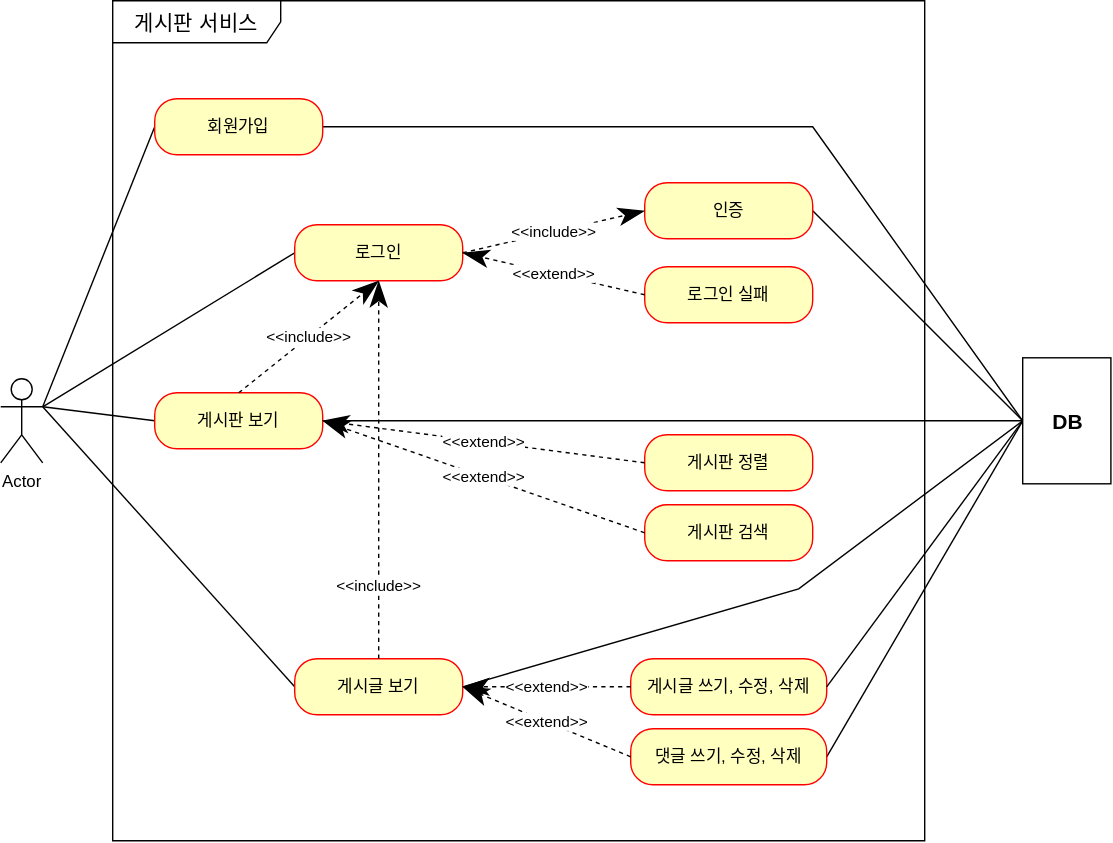
The draw.io diagram document/use-case.svg in DevToddler/project-board1, before a commit. Source tidied: cells renumbered, new cells last; positions are measured from the earlier drawing's top-left corner, leaving out a move shared by most shapes.
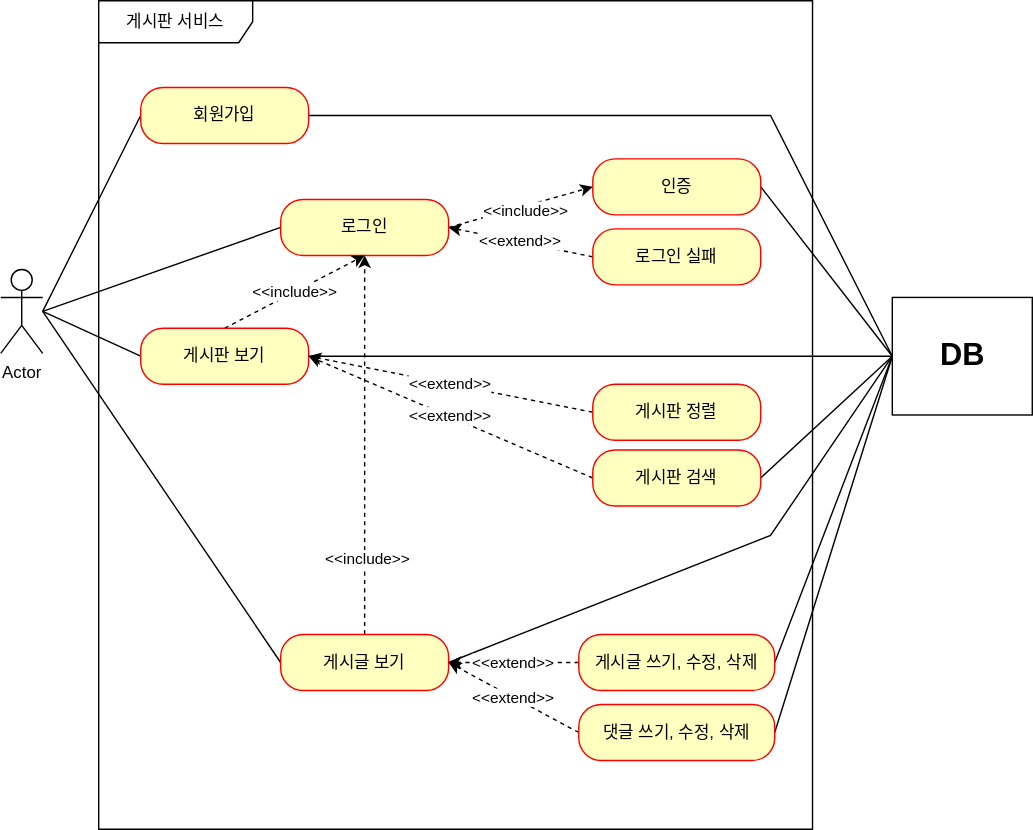
After the change.

The edit, as a diff of the source:
```diff
@@ -3,105 +3,124 @@
     <mxCell id="0" />
     <mxCell id="1" parent="0" />
     <mxCell id="2" value="Actor" style="shape=umlActor;verticalLabelPosition=bottom;verticalAlign=top;html=1;" parent="1" vertex="1">
-      <mxGeometry y="270" width="30" height="60" as="geometry" />
+      <mxGeometry x="10" y="320" width="30" height="60" as="geometry" />
     </mxCell>
-    <mxCell id="3" style="rounded=0;jettySize=auto;html=1;exitX=0;exitY=0.5;exitDx=0;exitDy=0;entryX=1;entryY=0.3333333333333333;entryDx=0;entryDy=0;entryPerimeter=0;endArrow=none;endFill=0;" parent="1" edge="1" source="5" target="2">
-      <mxGeometry relative="1" as="geometry" />
-    </mxCell>
+    <mxCell id="32" value="게시판 서비스" style="shape=umlFrame;whiteSpace=wrap;html=1;width=110;height=30;" parent="1" vertex="1">
+      <mxGeometry x="80" y="128" width="510" height="592" as="geometry" />
+    </mxCell>
+    <mxCell id="33" style="edgeStyle=none;rounded=0;jettySize=auto;html=1;exitX=0;exitY=0.5;exitDx=0;exitDy=0;endArrow=none;endFill=0;" parent="1" edge="1" source="5">
+      <mxGeometry relative="1" as="geometry">
+        <mxPoint x="40" y="350" as="targetPoint" />
+      </mxGeometry>
+    </mxCell>
     <mxCell id="4" style="edgeStyle=none;rounded=0;jettySize=auto;html=1;exitX=1;exitY=0.5;exitDx=0;exitDy=0;entryX=0;entryY=0.5;entryDx=0;entryDy=0;endArrow=none;endFill=0;" parent="1" edge="1" source="5" target="31">
       <mxGeometry relative="1" as="geometry">
         <Array as="points">
-          <mxPoint x="580" y="90" />
+          <mxPoint x="560" y="210" />
         </Array>
       </mxGeometry>
     </mxCell>
     <mxCell id="5" value="회원가입" style="rounded=1;whiteSpace=wrap;html=1;arcSize=40;fontColor=#000000;fillColor=#ffffc0;strokeColor=#ff0000;" parent="1" vertex="1">
-      <mxGeometry x="110" y="70" width="120" height="40" as="geometry" />
+      <mxGeometry x="110" y="190" width="120" height="40" as="geometry" />
     </mxCell>
-    <mxCell id="6" style="edgeStyle=none;rounded=0;jettySize=auto;html=1;exitX=0;exitY=0.5;exitDx=0;exitDy=0;entryX=1;entryY=0.3333333333333333;entryDx=0;entryDy=0;entryPerimeter=0;endArrow=none;endFill=0;" parent="1" edge="1" source="7" target="2">
-      <mxGeometry relative="1" as="geometry" />
-    </mxCell>
+    <mxCell id="34" style="edgeStyle=none;rounded=0;jettySize=auto;html=1;exitX=0;exitY=0.5;exitDx=0;exitDy=0;endArrow=none;endFill=0;" parent="1" edge="1" source="7">
+      <mxGeometry relative="1" as="geometry">
+        <mxPoint x="40" y="350" as="targetPoint" />
+      </mxGeometry>
+    </mxCell>
+    <mxCell id="22" style="edgeStyle=none;rounded=0;jettySize=auto;html=1;exitX=1;exitY=0.5;exitDx=0;exitDy=0;entryX=0;entryY=0.5;entryDx=0;entryDy=0;endArrow=classic;endFill=1;dashed=1;" parent="1" edge="1" source="7" target="15">
+      <mxGeometry relative="1" as="geometry" />
+    </mxCell>
+    <mxCell id="35" value="&amp;lt;&amp;lt;include&amp;gt;&amp;gt;" style="edgeLabel;html=1;align=center;verticalAlign=middle;" parent="22" vertex="1">
+      <mxGeometry x="-0.15" y="-1" relative="1" as="geometry">
+        <mxPoint x="11" y="-1" as="offset" />
+      </mxGeometry>
+    </mxCell>
     <mxCell id="7" value="로그인" style="rounded=1;whiteSpace=wrap;html=1;arcSize=40;fontColor=#000000;fillColor=#ffffc0;strokeColor=#ff0000;" parent="1" vertex="1">
-      <mxGeometry x="210" y="160" width="120" height="40" as="geometry" />
+      <mxGeometry x="210" y="270" width="120" height="40" as="geometry" />
     </mxCell>
-    <mxCell id="8" style="edgeStyle=none;rounded=0;jettySize=auto;html=1;exitX=0;exitY=0.5;exitDx=0;exitDy=0;entryX=1;entryY=0.3333333333333333;entryDx=0;entryDy=0;entryPerimeter=0;endArrow=none;endFill=0;" parent="1" edge="1" source="10" target="2">
-      <mxGeometry relative="1" as="geometry" />
-    </mxCell>
-    <mxCell id="9" style="edgeStyle=none;rounded=0;jettySize=auto;html=1;exitX=1;exitY=0.5;exitDx=0;exitDy=0;entryX=0;entryY=0.5;entryDx=0;entryDy=0;endArrow=none;endFill=0;" parent="1" edge="1" source="10" target="31">
-      <mxGeometry relative="1" as="geometry" />
-    </mxCell>
+    <mxCell id="36" style="edgeStyle=none;rounded=0;jettySize=auto;html=1;exitX=0;exitY=0.5;exitDx=0;exitDy=0;endArrow=none;endFill=0;" parent="1" edge="1" source="10">
+      <mxGeometry relative="1" as="geometry">
+        <mxPoint x="40" y="350" as="targetPoint" />
+      </mxGeometry>
+    </mxCell>
+    <mxCell id="25" value="&amp;lt;&amp;lt;include&amp;gt;&amp;gt;" style="edgeStyle=none;rounded=0;jettySize=auto;html=1;exitX=0.5;exitY=0;exitDx=0;exitDy=0;entryX=0.5;entryY=1;entryDx=0;entryDy=0;dashed=1;endArrow=classic;endFill=1;" parent="1" edge="1" source="10" target="7">
+      <mxGeometry relative="1" as="geometry" />
+    </mxCell>
     <mxCell id="10" value="게시판 보기" style="rounded=1;whiteSpace=wrap;html=1;arcSize=40;fontColor=#000000;fillColor=#ffffc0;strokeColor=#ff0000;" parent="1" vertex="1">
-      <mxGeometry x="110" y="280" width="120" height="40" as="geometry" />
+      <mxGeometry x="110" y="362" width="120" height="40" as="geometry" />
     </mxCell>
-    <mxCell id="11" style="edgeStyle=none;rounded=0;jettySize=auto;html=1;exitX=0;exitY=0.5;exitDx=0;exitDy=0;entryX=1;entryY=0.3333333333333333;entryDx=0;entryDy=0;entryPerimeter=0;endArrow=none;endFill=0;" parent="1" edge="1" source="13" target="2">
-      <mxGeometry relative="1" as="geometry" />
-    </mxCell>
+    <mxCell id="37" style="edgeStyle=none;rounded=0;jettySize=auto;html=1;exitX=0;exitY=0.5;exitDx=0;exitDy=0;endArrow=none;endFill=0;" parent="1" edge="1" source="13">
+      <mxGeometry relative="1" as="geometry">
+        <mxPoint x="40" y="350" as="targetPoint" />
+      </mxGeometry>
+    </mxCell>
+    <mxCell id="26" style="edgeStyle=none;rounded=0;jettySize=auto;html=1;exitX=0.5;exitY=0;exitDx=0;exitDy=0;entryX=0.5;entryY=1;entryDx=0;entryDy=0;dashed=1;endArrow=classic;endFill=1;" parent="1" edge="1" source="13" target="7">
+      <mxGeometry relative="1" as="geometry" />
+    </mxCell>
+    <mxCell id="38" value="&amp;lt;&amp;lt;include&amp;gt;&amp;gt;" style="edgeLabel;html=1;align=center;verticalAlign=middle;" parent="26" vertex="1">
+      <mxGeometry x="-0.6" y="-1" relative="1" as="geometry" />
+    </mxCell>
     <mxCell id="12" style="edgeStyle=none;rounded=0;jettySize=auto;html=1;exitX=1;exitY=0.5;exitDx=0;exitDy=0;entryX=0;entryY=0.5;entryDx=0;entryDy=0;endArrow=none;endFill=0;" parent="1" edge="1" source="13" target="31">
       <mxGeometry relative="1" as="geometry">
         <Array as="points">
-          <mxPoint x="570" y="420" />
+          <mxPoint x="560" y="510" />
         </Array>
       </mxGeometry>
     </mxCell>
     <mxCell id="13" value="게시글 보기" style="rounded=1;whiteSpace=wrap;html=1;arcSize=40;fontColor=#000000;fillColor=#ffffc0;strokeColor=#ff0000;" parent="1" vertex="1">
-      <mxGeometry x="210" y="470" width="120" height="40" as="geometry" />
+      <mxGeometry x="210" y="580.8" width="120" height="40" as="geometry" />
     </mxCell>
     <mxCell id="14" style="edgeStyle=none;rounded=0;jettySize=auto;html=1;exitX=1;exitY=0.5;exitDx=0;exitDy=0;entryX=0;entryY=0.5;entryDx=0;entryDy=0;endArrow=none;endFill=0;" parent="1" edge="1" source="15" target="31">
       <mxGeometry relative="1" as="geometry" />
     </mxCell>
     <mxCell id="15" value="인증" style="rounded=1;whiteSpace=wrap;html=1;arcSize=40;fontColor=#000000;fillColor=#ffffc0;strokeColor=#ff0000;" parent="1" vertex="1">
-      <mxGeometry x="460" y="130" width="120" height="40" as="geometry" />
+      <mxGeometry x="433" y="241" width="120" height="40" as="geometry" />
     </mxCell>
+    <mxCell id="23" value="&amp;lt;&amp;lt;extend&amp;gt;&amp;gt;" style="edgeStyle=none;rounded=0;jettySize=auto;html=1;exitX=0;exitY=0.5;exitDx=0;exitDy=0;entryX=1;entryY=0.5;entryDx=0;entryDy=0;dashed=1;endArrow=classic;endFill=1;" parent="1" edge="1" source="16" target="7">
+      <mxGeometry relative="1" as="geometry" />
+    </mxCell>
     <mxCell id="16" value="로그인 실패" style="rounded=1;whiteSpace=wrap;html=1;arcSize=40;fontColor=#000000;fillColor=#ffffc0;strokeColor=#ff0000;" parent="1" vertex="1">
-      <mxGeometry x="460" y="190" width="120" height="40" as="geometry" />
+      <mxGeometry x="433" y="291" width="120" height="40" as="geometry" />
     </mxCell>
+    <mxCell id="27" value="&lt;span style=&quot;color: rgb(0, 0, 0); font-family: Helvetica; font-size: 11px; font-style: normal; font-variant-ligatures: normal; font-variant-caps: normal; font-weight: 400; letter-spacing: normal; orphans: 2; text-align: center; text-indent: 0px; text-transform: none; widows: 2; word-spacing: 0px; -webkit-text-stroke-width: 0px; background-color: rgb(255, 255, 255); text-decoration-thickness: initial; text-decoration-style: initial; text-decoration-color: initial; float: none; display: inline !important;&quot;&gt;&amp;lt;&amp;lt;extend&amp;gt;&amp;gt;&lt;/span&gt;" style="edgeStyle=none;rounded=0;jettySize=auto;html=1;exitX=0;exitY=0.5;exitDx=0;exitDy=0;entryX=1;entryY=0.5;entryDx=0;entryDy=0;dashed=1;endArrow=classic;endFill=1;" parent="1" edge="1" source="17" target="10">
+      <mxGeometry relative="1" as="geometry" />
+    </mxCell>
     <mxCell id="17" value="게시판 정렬" style="rounded=1;whiteSpace=wrap;html=1;arcSize=40;fontColor=#000000;fillColor=#ffffc0;strokeColor=#ff0000;" parent="1" vertex="1">
-      <mxGeometry x="460" y="310" width="120" height="40" as="geometry" />
+      <mxGeometry x="433" y="402" width="120" height="40" as="geometry" />
     </mxCell>
+    <mxCell id="28" value="&lt;span style=&quot;color: rgb(0, 0, 0); font-family: Helvetica; font-size: 11px; font-style: normal; font-variant-ligatures: normal; font-variant-caps: normal; font-weight: 400; letter-spacing: normal; orphans: 2; text-align: center; text-indent: 0px; text-transform: none; widows: 2; word-spacing: 0px; -webkit-text-stroke-width: 0px; background-color: rgb(255, 255, 255); text-decoration-thickness: initial; text-decoration-style: initial; text-decoration-color: initial; float: none; display: inline !important;&quot;&gt;&amp;lt;&amp;lt;extend&amp;gt;&amp;gt;&lt;/span&gt;" style="edgeStyle=none;rounded=0;jettySize=auto;html=1;exitX=0;exitY=0.5;exitDx=0;exitDy=0;entryX=1;entryY=0.5;entryDx=0;entryDy=0;dashed=1;endArrow=classic;endFill=1;" parent="1" edge="1" source="18" target="10">
+      <mxGeometry relative="1" as="geometry" />
+    </mxCell>
+    <mxCell id="39" style="edgeStyle=none;rounded=0;jettySize=auto;html=1;exitX=1;exitY=0.5;exitDx=0;exitDy=0;entryX=0;entryY=0.5;entryDx=0;entryDy=0;endArrow=none;endFill=0;" parent="1" edge="1" source="18" target="31">
+      <mxGeometry relative="1" as="geometry" />
+    </mxCell>
     <mxCell id="18" value="게시판 검색" style="rounded=1;whiteSpace=wrap;html=1;arcSize=40;fontColor=#000000;fillColor=#ffffc0;strokeColor=#ff0000;" parent="1" vertex="1">
-      <mxGeometry x="460" y="360" width="120" height="40" as="geometry" />
+      <mxGeometry x="433" y="449" width="120" height="40" as="geometry" />
     </mxCell>
+    <mxCell id="29" value="&amp;lt;&amp;lt;extend&amp;gt;&amp;gt;" style="edgeStyle=none;rounded=0;jettySize=auto;html=1;exitX=0;exitY=0.5;exitDx=0;exitDy=0;entryX=1;entryY=0.5;entryDx=0;entryDy=0;dashed=1;endArrow=classic;endFill=1;" parent="1" edge="1" source="19" target="13">
+      <mxGeometry relative="1" as="geometry" />
+    </mxCell>
+    <mxCell id="40" style="edgeStyle=none;rounded=0;jettySize=auto;html=1;exitX=1;exitY=0.5;exitDx=0;exitDy=0;entryX=0;entryY=0.5;entryDx=0;entryDy=0;endArrow=none;endFill=0;" parent="1" edge="1" source="19" target="31">
+      <mxGeometry relative="1" as="geometry" />
+    </mxCell>
     <mxCell id="19" value="게시글 쓰기, 수정, 삭제" style="rounded=1;whiteSpace=wrap;html=1;arcSize=40;fontColor=#000000;fillColor=#ffffc0;strokeColor=#ff0000;" parent="1" vertex="1">
-      <mxGeometry x="450" y="470" width="140" height="40" as="geometry" />
+      <mxGeometry x="423" y="580.8" width="140" height="40" as="geometry" />
     </mxCell>
+    <mxCell id="24" value="&amp;lt;&amp;lt;extend&amp;gt;&amp;gt;" style="edgeStyle=none;rounded=0;jettySize=auto;html=1;exitX=0;exitY=0.5;exitDx=0;exitDy=0;entryX=1;entryY=0.5;entryDx=0;entryDy=0;dashed=1;endArrow=classic;endFill=1;" parent="1" edge="1" source="21" target="13">
+      <mxGeometry relative="1" as="geometry" />
+    </mxCell>
-    <mxCell id="20" style="edgeStyle=none;rounded=0;jettySize=auto;html=1;exitX=1;exitY=0.5;exitDx=0;exitDy=0;entryX=0;entryY=0.5;entryDx=0;entryDy=0;endArrow=none;endFill=0;" parent="1" edge="1" source="21" target="31">
+    <mxCell id="20" style="edgeStyle=none;rounded=0;jettySize=auto;html=1;exitX=1;exitY=0.5;exitDx=0;exitDy=0;endArrow=none;endFill=0;entryX=0;entryY=0.5;entryDx=0;entryDy=0;" parent="1" edge="1" source="21" target="31">
       <mxGeometry relative="1" as="geometry" />
     </mxCell>
     <mxCell id="21" value="댓글 쓰기, 수정, 삭제" style="rounded=1;whiteSpace=wrap;html=1;arcSize=40;fontColor=#000000;fillColor=#ffffc0;strokeColor=#ff0000;" parent="1" vertex="1">
-      <mxGeometry x="450" y="520" width="140" height="40" as="geometry" />
+      <mxGeometry x="423" y="630.8" width="140" height="40" as="geometry" />
     </mxCell>
-    <mxCell id="22" value="&amp;lt;&amp;lt;include&amp;gt;&amp;gt;" style="endArrow=classicThin;endSize=16;endFill=1;html=1;rounded=0;dashed=1;exitX=1;exitY=0.5;exitDx=0;exitDy=0;entryX=0;entryY=0.5;entryDx=0;entryDy=0;" parent="1" edge="1" source="7" target="15">
-      <mxGeometry relative="1" as="geometry" />
-    </mxCell>
-    <mxCell id="23" value="&amp;lt;&amp;lt;extend&amp;gt;&amp;gt;" style="endArrow=classicThin;endSize=16;endFill=1;html=1;rounded=0;dashed=1;entryX=1;entryY=0.5;entryDx=0;entryDy=0;exitX=0;exitY=0.5;exitDx=0;exitDy=0;" parent="1" edge="1" source="16" target="7">
-      <mxGeometry relative="1" as="geometry" />
-    </mxCell>
-    <mxCell id="24" value="&amp;lt;&amp;lt;extend&amp;gt;&amp;gt;" style="endArrow=classicThin;endSize=16;endFill=1;html=1;rounded=0;dashed=1;exitX=0;exitY=0.5;exitDx=0;exitDy=0;entryX=1;entryY=0.5;entryDx=0;entryDy=0;" parent="1" edge="1" source="21" target="13">
-      <mxGeometry relative="1" as="geometry" />
-    </mxCell>
-    <mxCell id="25" value="&amp;lt;&amp;lt;include&amp;gt;&amp;gt;" style="endArrow=classicThin;endSize=16;endFill=1;html=1;rounded=0;dashed=1;exitX=0.5;exitY=0;exitDx=0;exitDy=0;entryX=0.5;entryY=1;entryDx=0;entryDy=0;" parent="1" edge="1" source="10" target="7">
-      <mxGeometry relative="1" as="geometry" />
-    </mxCell>
-    <mxCell id="26" value="&amp;lt;&amp;lt;include&amp;gt;&amp;gt;" style="endArrow=classicThin;endSize=16;endFill=1;html=1;rounded=0;dashed=1;exitX=0.5;exitY=0;exitDx=0;exitDy=0;entryX=0.5;entryY=1;entryDx=0;entryDy=0;" parent="1" edge="1" source="13" target="7">
-      <mxGeometry x="-0.62" relative="1" as="geometry" />
-    </mxCell>
-    <mxCell id="27" value="&amp;lt;&amp;lt;extend&amp;gt;&amp;gt;" style="endArrow=classicThin;endSize=16;endFill=1;html=1;rounded=0;dashed=1;entryX=1;entryY=0.5;entryDx=0;entryDy=0;exitX=0;exitY=0.5;exitDx=0;exitDy=0;" parent="1" edge="1" source="17" target="10">
-      <mxGeometry relative="1" as="geometry" />
-    </mxCell>
-    <mxCell id="28" value="&amp;lt;&amp;lt;extend&amp;gt;&amp;gt;" style="endArrow=classicThin;endSize=16;endFill=1;html=1;rounded=0;dashed=1;entryX=1;entryY=0.5;entryDx=0;entryDy=0;exitX=0;exitY=0.5;exitDx=0;exitDy=0;" parent="1" edge="1" source="18" target="10">
-      <mxGeometry relative="1" as="geometry" />
-    </mxCell>
-    <mxCell id="29" value="&amp;lt;&amp;lt;extend&amp;gt;&amp;gt;" style="endArrow=classicThin;endSize=16;endFill=1;html=1;rounded=0;dashed=1;entryX=1;entryY=0.5;entryDx=0;entryDy=0;exitX=0;exitY=0.5;exitDx=0;exitDy=0;" parent="1" edge="1" source="19" target="13">
-      <mxGeometry relative="1" as="geometry" />
-    </mxCell>
-    <mxCell id="30" style="edgeStyle=none;rounded=0;jettySize=auto;html=1;exitX=0;exitY=0.5;exitDx=0;exitDy=0;entryX=1;entryY=0.5;entryDx=0;entryDy=0;endArrow=none;endFill=0;" parent="1" edge="1" source="31" target="19">
-      <mxGeometry relative="1" as="geometry" />
-    </mxCell>
-    <mxCell id="31" value="&lt;b&gt;&lt;font style=&quot;font-size: 15px;&quot;&gt;DB&lt;/font&gt;&lt;/b&gt;" style="html=1;" parent="1" vertex="1">
-      <mxGeometry x="730" y="255" width="63" height="90" as="geometry" />
+    <mxCell id="31" value="DB" style="html=1;fontStyle=1;fontSize=22;" parent="1" vertex="1">
+      <mxGeometry x="647" y="340" width="100" height="84" as="geometry" />
     </mxCell>
-    <mxCell id="32" value="게시판 서비스" style="shape=umlFrame;whiteSpace=wrap;html=1;fontSize=15;width=120;height=30;" parent="1" vertex="1">
-      <mxGeometry x="80" width="580" height="600" as="geometry" />
-    </mxCell>
+    <mxCell id="9" style="edgeStyle=none;rounded=0;jettySize=auto;html=1;exitX=1;exitY=0.5;exitDx=0;exitDy=0;endArrow=none;endFill=0;entryX=0;entryY=0.5;entryDx=0;entryDy=0;" parent="1" edge="1" source="10" target="31">
+      <mxGeometry relative="1" as="geometry" />
+    </mxCell>
   </root>
 </mxGraphModel>
```
